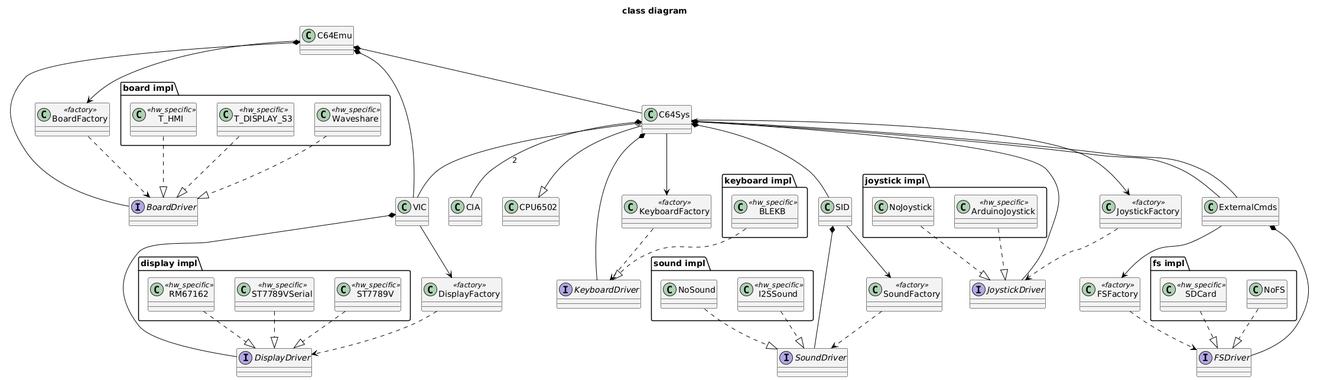
This is doc/classdiagram.png from retroelec/T-HMI-C64, a PlantUML export, as it was before one commit. Its source is kept beside it as doc/classdiagram.pu.
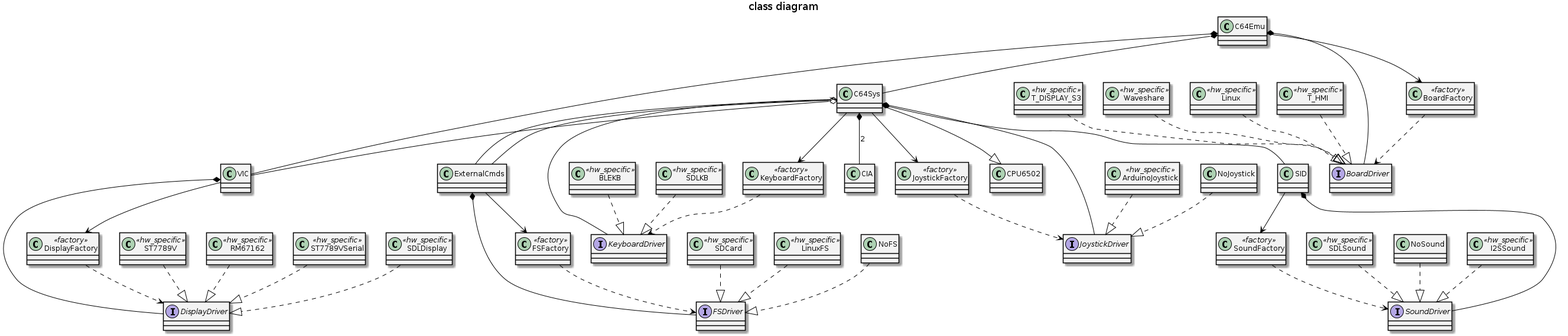
The same diagram one commit later.

What changed in the source:
```diff
@@ -22,33 +22,38 @@
 class CPU6502
 class SID
 
-package "board impl" {
+together {
 class T_HMI <<hw_specific>>
 class T_DISPLAY_S3 <<hw_specific>>
 class Waveshare <<hw_specific>>
+class Linux <<hw_specific>>
 }
 
-package "keyboard impl" {
+together {
 class BLEKB <<hw_specific>>
+class SDLKB <<hw_specific>>
 }
 
-package "display impl" {
+together {
 class ST7789V <<hw_specific>>
 class RM67162 <<hw_specific>>
 class ST7789VSerial <<hw_specific>>
+class SDLDisplay <<hw_specific>>
 }
 
-package "sound impl" {
+together {
 class I2SSound <<hw_specific>>
+class SDLSound <<hw_specific>>
 class NoSound
 }
 
-package "fs impl" {
+together {
 class SDCard <<hw_specific>>
+class LinuxFS <<hw_specific>>
 class NoFS
 }
 
-package "joystick impl" {
+together {
 class ArduinoJoystick <<hw_specific>>
 class NoJoystick
 }
@@ -63,6 +68,7 @@
 T_HMI ..|> BoardDriver
 T_DISPLAY_S3 ..|> BoardDriver
 Waveshare ..|> BoardDriver
+Linux ..|> BoardDriver
 
 C64Emu *-- BoardDriver
 C64Emu --> BoardFactory
@@ -71,6 +77,7 @@
 C64Emu *-- VIC
 
 BLEKB ..|> KeyboardDriver
+SDLKB ..|> KeyboardDriver
 
 ArduinoJoystick ..|> JoystickDriver
 NoJoystick ..|> JoystickDriver
@@ -88,6 +95,7 @@
 C64Sys *-- SID
 
 SDCard ..|> FSDriver
+LinuxFS ..|> FSDriver
 NoFS ..|> FSDriver
 
 ExternalCmds *-- FSDriver
@@ -98,12 +106,14 @@
 ST7789V ..|> DisplayDriver
 RM67162 ..|> DisplayDriver
 ST7789VSerial ..|> DisplayDriver
+SDLDisplay ..|> DisplayDriver
 
 VIC *-- DisplayDriver
 VIC --> DisplayFactory
 DisplayFactory ..> DisplayDriver
 
 I2SSound ..|> SoundDriver
+SDLSound ..|> SoundDriver
 NoSound ..|> SoundDriver
 
 SID *-- SoundDriver
```
